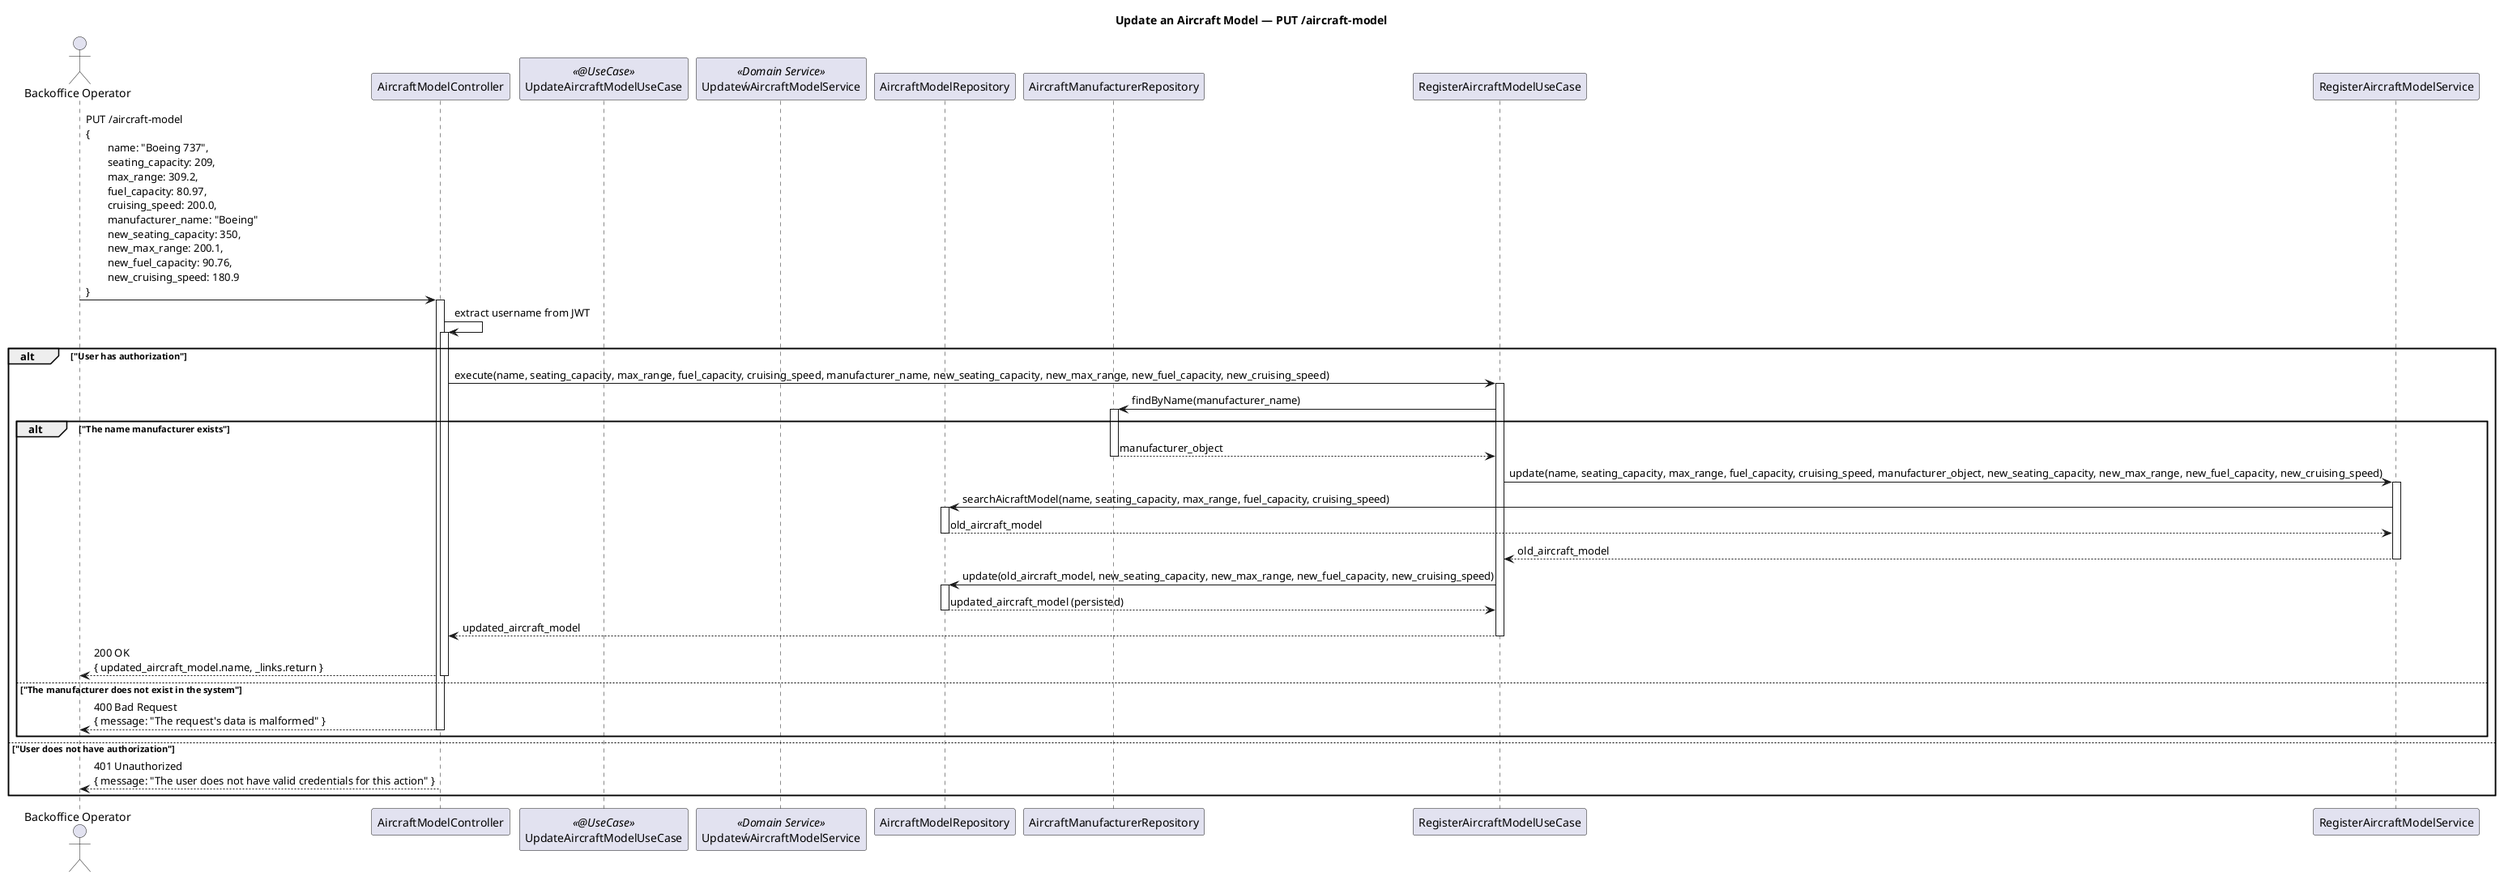
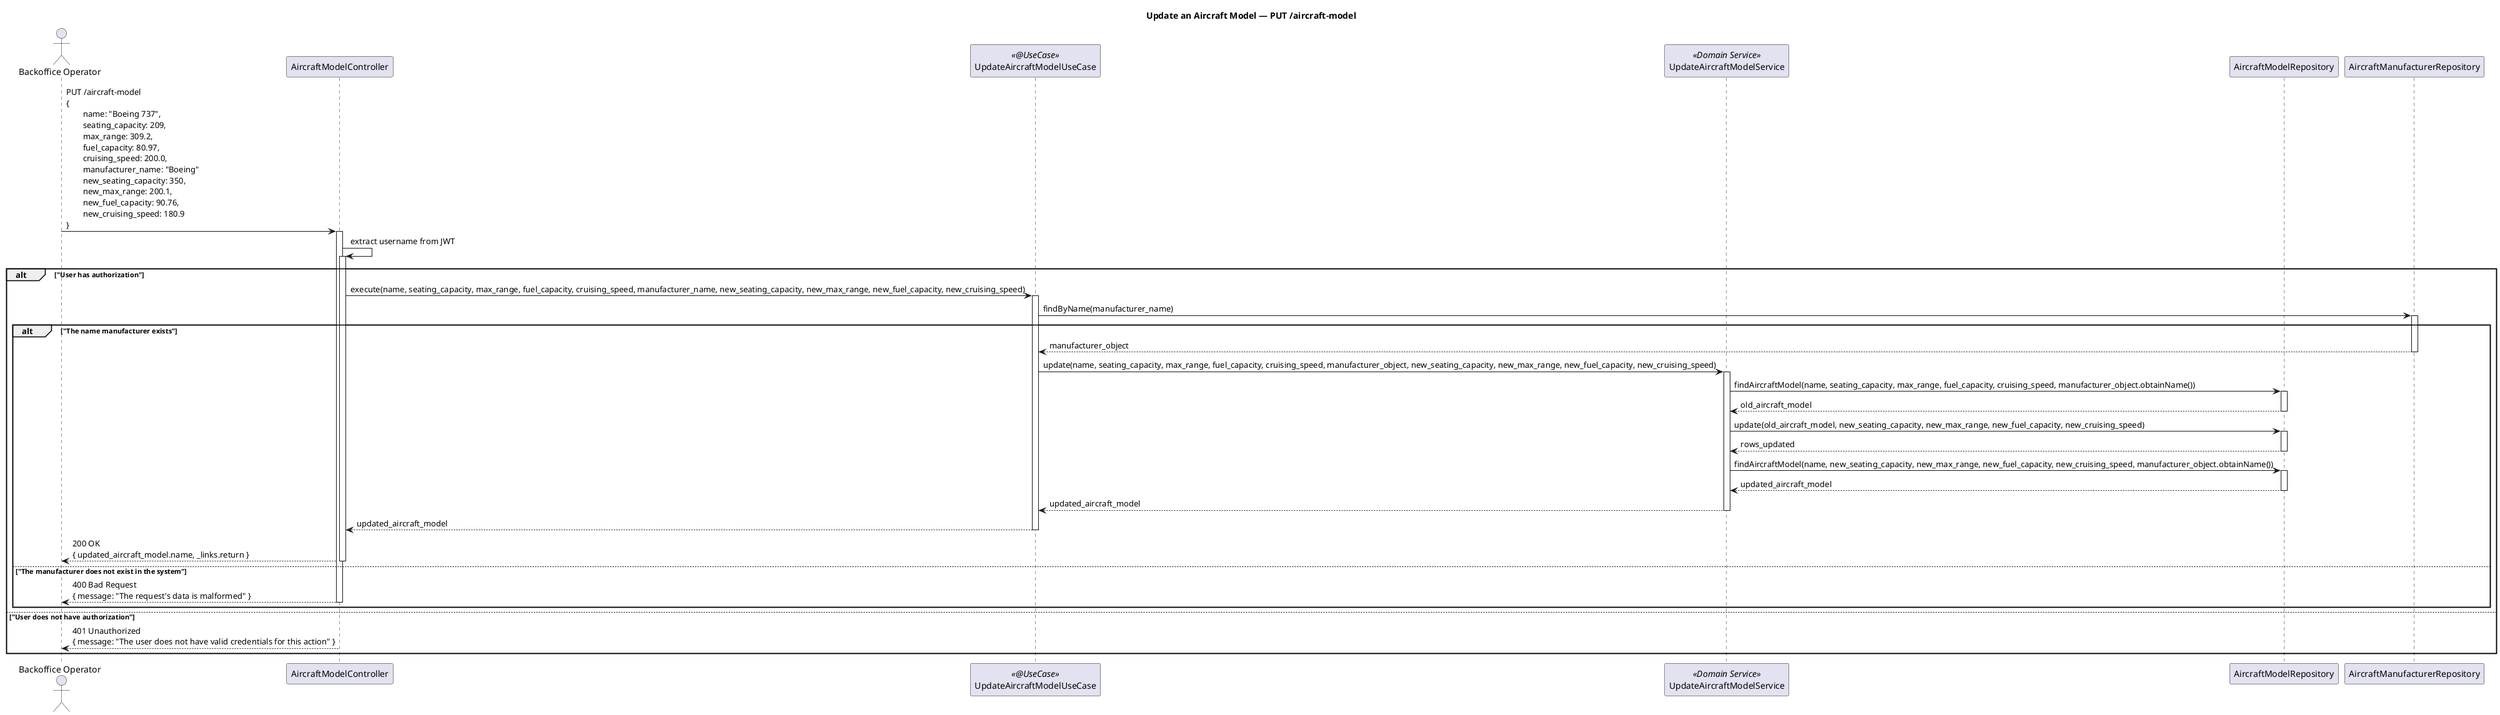
@startuml
title Update an Aircraft Model — PUT /aircraft-model

autoactivate on

actor "Backoffice Operator" as BO
participant AircraftModelController
participant UpdateAircraftModelUseCase <<@UseCase>>
- participant UpdateẃAircraftModelService <<Domain Service>>
+ participant UpdateAircraftModelService <<Domain Service>>
participant AircraftModelRepository
participant AircraftManufacturerRepository

BO -> AircraftModelController : PUT /aircraft-model\n{\n\tname: "Boeing 737",\n\tseating_capacity: 209,\n\tmax_range: 309.2,\n\tfuel_capacity: 80.97,\n\tcruising_speed: 200.0,\n\tmanufacturer_name: "Boeing"\n\tnew_seating_capacity: 350,\n\tnew_max_range: 200.1,\n\tnew_fuel_capacity: 90.76,\n\tnew_cruising_speed: 180.9\n}

AircraftModelController -> AircraftModelController : extract username from JWT
alt "User has authorization"
-     AircraftModelController -> RegisterAircraftModelUseCase : execute(name, seating_capacity, max_range, fuel_capacity, cruising_speed, manufacturer_name, new_seating_capacity, new_max_range, new_fuel_capacity, new_cruising_speed)
-         RegisterAircraftModelUseCase -> AircraftManufacturerRepository : findByName(manufacturer_name)
+     AircraftModelController -> UpdateAircraftModelUseCase : execute(name, seating_capacity, max_range, fuel_capacity, cruising_speed, manufacturer_name, new_seating_capacity, new_max_range, new_fuel_capacity, new_cruising_speed)
+         UpdateAircraftModelUseCase -> AircraftManufacturerRepository : findByName(manufacturer_name)
        alt "The name manufacturer exists"
-         AircraftManufacturerRepository --> RegisterAircraftModelUseCase : manufacturer_object
-         RegisterAircraftModelUseCase -> RegisterAircraftModelService : update(name, seating_capacity, max_range, fuel_capacity, cruising_speed, manufacturer_object, new_seating_capacity, new_max_range, new_fuel_capacity, new_cruising_speed)
-             RegisterAircraftModelService -> AircraftModelRepository : searchAicraftModel(name, seating_capacity, max_range, fuel_capacity, cruising_speed)
-             AircraftModelRepository --> RegisterAircraftModelService : old_aircraft_model
-         RegisterAircraftModelService --> RegisterAircraftModelUseCase : old_aircraft_model
-         RegisterAircraftModelUseCase -> AircraftModelRepository : update(old_aircraft_model, new_seating_capacity, new_max_range, new_fuel_capacity, new_cruising_speed)
-         AircraftModelRepository --> RegisterAircraftModelUseCase : updated_aircraft_model (persisted)
-     RegisterAircraftModelUseCase --> AircraftModelController : updated_aircraft_model
+         AircraftManufacturerRepository --> UpdateAircraftModelUseCase : manufacturer_object
+         UpdateAircraftModelUseCase -> UpdateAircraftModelService : update(name, seating_capacity, max_range, fuel_capacity, cruising_speed, manufacturer_object, new_seating_capacity, new_max_range, new_fuel_capacity, new_cruising_speed)
+             UpdateAircraftModelService -> AircraftModelRepository : findAircraftModel(name, seating_capacity, max_range, fuel_capacity, cruising_speed, manufacturer_object.obtainName())
+             AircraftModelRepository --> UpdateAircraftModelService : old_aircraft_model
+             UpdateAircraftModelService -> AircraftModelRepository : update(old_aircraft_model, new_seating_capacity, new_max_range, new_fuel_capacity, new_cruising_speed)
+             AircraftModelRepository --> UpdateAircraftModelService : rows_updated
+             UpdateAircraftModelService -> AircraftModelRepository : findAircraftModel(name, new_seating_capacity, new_max_range, new_fuel_capacity, new_cruising_speed, manufacturer_object.obtainName())
+             AircraftModelRepository --> UpdateAircraftModelService : updated_aircraft_model
+         UpdateAircraftModelService --> UpdateAircraftModelUseCase : updated_aircraft_model
+     UpdateAircraftModelUseCase --> AircraftModelController : updated_aircraft_model
AircraftModelController --> BO : 200 OK\n{ updated_aircraft_model.name, _links.return }
        else "The manufacturer does not exist in the system"
AircraftModelController --> BO : 400 Bad Request\n{ message: "The request's data is malformed" }
        end

else "User does not have authorization"
AircraftModelController --> BO : 401 Unauthorized\n{ message: "The user does not have valid credentials for this action" }
end

@enduml